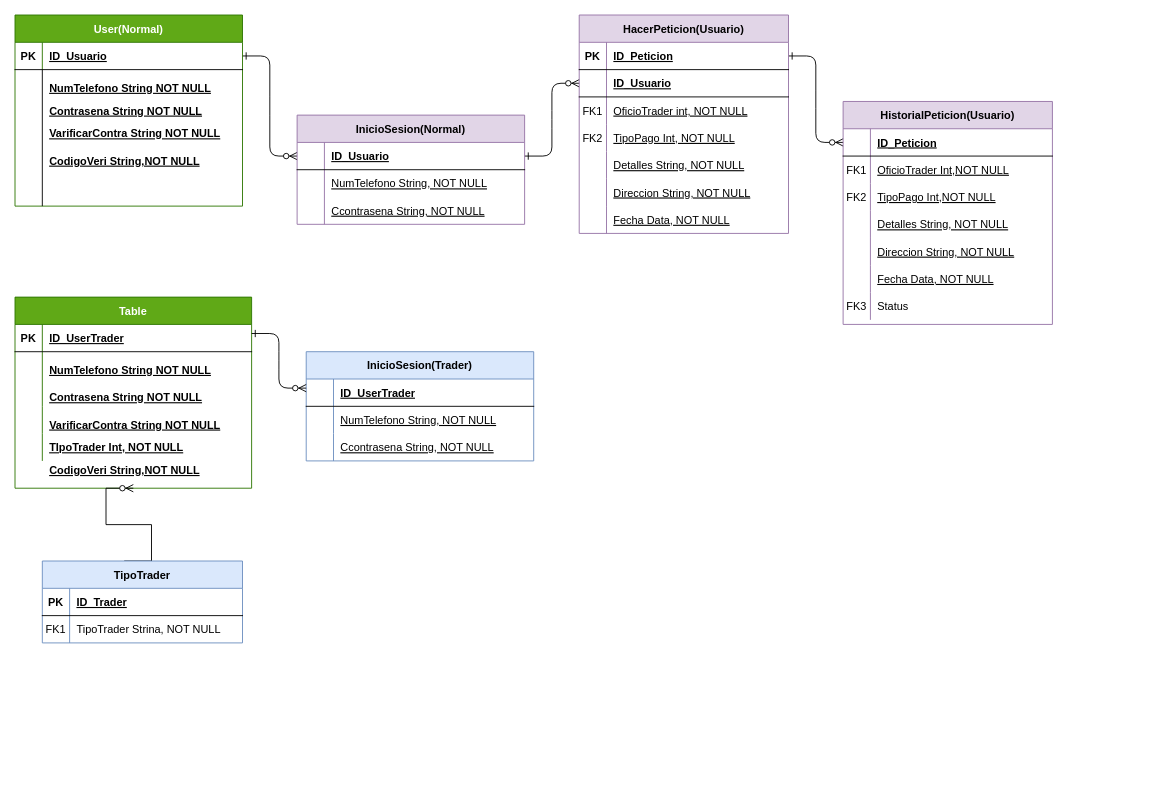
This is Project Traders/Diagrama sin título.drawio from 1LealSan1/Digrams, a draw.io file, before an edit. Source tidied: cells renumbered, new cells numbered last; positions are measured from the earlier drawing's top-left corner, leaving out a move shared by most shapes. Both pictures are drawn from the tidied source at 91%, with x=0, y=0 at pixel (15, 15).
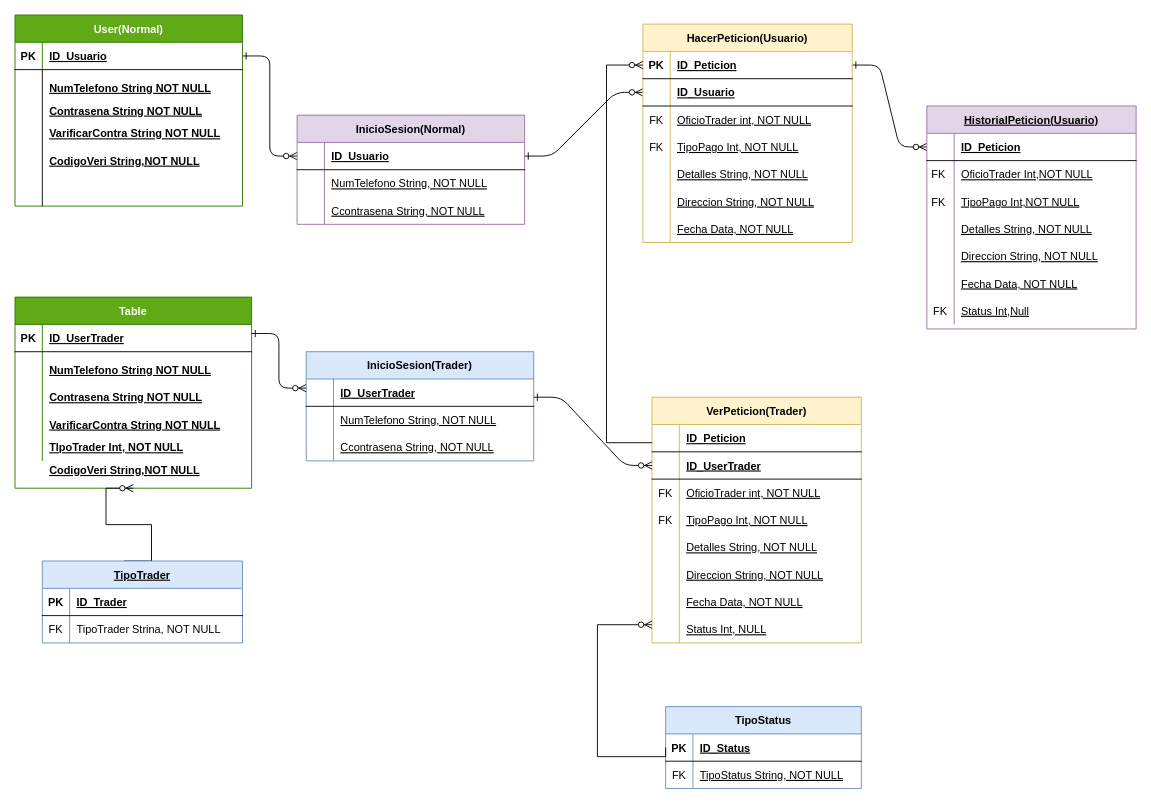
The same page after the edit.

Unchanged cells that the change refers to:
```xml
<mxCell id="32" style="shape=tableRow;horizontal=0;startSize=0;swimlaneHead=0;swimlaneBody=0;fillColor=none;top=0;left=0;right=0;bottom=0;" parent="25" vertex="1">
  <mxGeometry y="90" width="230" height="30" as="geometry" />
</mxCell>
<mxCell id="35" style="shape=tableRow;horizontal=0;startSize=0;swimlaneHead=0;swimlaneBody=0;fillColor=none;top=0;left=0;right=0;bottom=0;" parent="25" vertex="1">
  <mxGeometry y="120" width="230" height="30" as="geometry" />
</mxCell>
<mxCell id="66" style="shape=tableRow;horizontal=0;startSize=0;swimlaneHead=0;swimlaneBody=0;fillColor=none;top=0;left=0;right=0;bottom=0;" parent="47" vertex="1">
  <mxGeometry y="210" width="230" height="30" as="geometry" />
</mxCell>
<mxCell id="96" style="shape=tableRow;horizontal=0;startSize=0;swimlaneHead=0;swimlaneBody=0;fillColor=none;top=0;left=0;right=0;bottom=0;" parent="92" vertex="1">
  <mxGeometry y="60" width="220" height="30" as="geometry" />
</mxCell>
```

What changed in the source:
```diff
@@
     <mxCell id="24" style="shape=partialRectangle;overflow=hidden;fillColor=none;top=0;left=0;bottom=0;right=0;fontStyle=1;" parent="1" vertex="1">
-      <mxGeometry x="670" y="270" width="30" height="30" as="geometry" />
+      <mxGeometry x="730" y="280" width="30" height="30" as="geometry" />
     </mxCell>
-    <mxCell id="25" value="HacerPeticion(Usuario)" style="shape=table;startSize=30;childLayout=tableLayout;rowLines=0;fontStyle=1;align=center;fillColor=#e1d5e7;strokeColor=#9673a6;" parent="1" vertex="1">
-      <mxGeometry x="620" width="230" height="240" as="geometry" />
+    <mxCell id="25" value="HacerPeticion(Usuario)" style="shape=table;startSize=30;childLayout=tableLayout;rowLines=0;fontStyle=1;align=center;fillColor=#fff2cc;strokeColor=#d6b656;" parent="1" vertex="1">
+      <mxGeometry x="690" y="10" width="230" height="240" as="geometry" />
     </mxCell>
@@
-    <mxCell id="33" value="FK1" style="shape=partialRectangle;fillColor=none;top=0;left=0;bottom=0;right=0;fontStyle=0;overflow=hidden;" parent="32" vertex="1">
+    <mxCell id="33" value="FK" style="shape=partialRectangle;fillColor=none;top=0;left=0;bottom=0;right=0;fontStyle=0;overflow=hidden;" parent="32" vertex="1">
       <mxGeometry width="30" height="30" as="geometry" />
     </mxCell>
@@
-    <mxCell id="36" value="FK2" style="shape=partialRectangle;fillColor=none;top=0;left=0;bottom=0;right=0;fontStyle=0;overflow=hidden;" parent="35" vertex="1">
+    <mxCell id="36" value="FK" style="shape=partialRectangle;fillColor=none;top=0;left=0;bottom=0;right=0;fontStyle=0;overflow=hidden;" parent="35" vertex="1">
       <mxGeometry width="30" height="30" as="geometry" />
     </mxCell>
@@
-    <mxCell id="47" value="HistorialPeticion(Usuario)" style="shape=table;startSize=30;childLayout=tableLayout;rowLines=0;fontStyle=1;align=center;fillColor=#e1d5e7;strokeColor=#9673a6;" parent="1" vertex="1">
-      <mxGeometry x="910" y="95" width="230" height="245" as="geometry" />
+    <mxCell id="47" value="HistorialPeticion(Usuario)" style="shape=table;startSize=30;childLayout=tableLayout;rowLines=0;fontStyle=5;align=center;fillColor=#e1d5e7;strokeColor=#9673a6;" parent="1" vertex="1">
+      <mxGeometry x="1002" y="100" width="230" height="245" as="geometry" />
     </mxCell>
@@
-    <mxCell id="67" value="FK3" style="shape=partialRectangle;fillColor=none;top=0;left=0;bottom=0;right=0;overflow=hidden;" parent="66" vertex="1">
+    <mxCell id="67" value="FK" style="shape=partialRectangle;fillColor=none;top=0;left=0;bottom=0;right=0;overflow=hidden;" parent="66" vertex="1">
       <mxGeometry width="30" height="30" as="geometry" />
     </mxCell>
-    <mxCell id="68" value="Status" style="shape=partialRectangle;fillColor=none;top=0;left=0;bottom=0;right=0;align=left;spacingLeft=6;overflow=hidden;" parent="66" vertex="1">
+    <mxCell id="68" value="Status Int,Null" style="shape=partialRectangle;fillColor=none;top=0;left=0;bottom=0;right=0;align=left;spacingLeft=6;overflow=hidden;fontStyle=4;" parent="66" vertex="1">
       <mxGeometry x="30" width="200" height="30" as="geometry" />
     </mxCell>
-    <mxCell id="69" value="FK1" style="shape=partialRectangle;fillColor=none;top=0;left=0;bottom=0;right=0;fontStyle=0;overflow=hidden;" parent="1" vertex="1">
-      <mxGeometry x="910" y="155" width="30" height="30" as="geometry" />
+    <mxCell id="69" value="FK" style="shape=partialRectangle;fillColor=none;top=0;left=0;bottom=0;right=0;fontStyle=0;overflow=hidden;" parent="1" vertex="1">
+      <mxGeometry x="1000" y="160" width="30" height="30" as="geometry" />
     </mxCell>
-    <mxCell id="70" value="FK2" style="shape=partialRectangle;fillColor=none;top=0;left=0;bottom=0;right=0;fontStyle=0;overflow=hidden;" parent="1" vertex="1">
-      <mxGeometry x="910" y="185" width="30" height="30" as="geometry" />
+    <mxCell id="70" value="FK" style="shape=partialRectangle;fillColor=none;top=0;left=0;bottom=0;right=0;fontStyle=0;overflow=hidden;" parent="1" vertex="1">
+      <mxGeometry x="1000" y="190" width="30" height="30" as="geometry" />
     </mxCell>
@@
-    <mxCell id="92" value="TipoTrader" style="shape=table;startSize=30;childLayout=tableLayout;rowLines=0;fontStyle=1;align=center;fillColor=#dae8fc;strokeColor=#6c8ebf;" parent="1" vertex="1">
+    <mxCell id="92" value="TipoTrader" style="shape=table;startSize=30;childLayout=tableLayout;rowLines=0;fontStyle=5;align=center;fillColor=#dae8fc;strokeColor=#6c8ebf;" parent="1" vertex="1">
       <mxGeometry x="30" y="600" width="220" height="90" as="geometry" />
     </mxCell>
@@
-    <mxCell id="97" value="FK1" style="shape=partialRectangle;fillColor=none;top=0;left=0;bottom=0;right=0;overflow=hidden;" parent="96" vertex="1">
+    <mxCell id="97" value="FK" style="shape=partialRectangle;fillColor=none;top=0;left=0;bottom=0;right=0;overflow=hidden;" parent="96" vertex="1">
       <mxGeometry width="30" height="30" as="geometry" />
     </mxCell>
@@
+    <mxCell id="110" value="VerPeticion(Trader)" style="shape=table;startSize=30;childLayout=tableLayout;rowLines=0;fontStyle=1;align=center;fillColor=#fff2cc;strokeColor=#d6b656;" parent="1" vertex="1">
+      <mxGeometry x="700" y="420" width="230" height="270" as="geometry" />
+    </mxCell>
+    <mxCell id="111" style="shape=tableRow;horizontal=0;startSize=0;swimlaneHead=0;swimlaneBody=0;fillColor=none;top=0;left=0;right=0;bottom=1;" parent="110" vertex="1">
+      <mxGeometry y="30" width="230" height="30" as="geometry" />
+    </mxCell>
+    <mxCell id="112" style="shape=partialRectangle;fillColor=none;top=0;left=0;bottom=0;right=0;fontStyle=1;overflow=hidden;" parent="111" vertex="1">
+      <mxGeometry width="30" height="30" as="geometry" />
+    </mxCell>
+    <mxCell id="113" value="ID_Peticion" style="shape=partialRectangle;fillColor=none;top=0;left=0;bottom=0;right=0;align=left;spacingLeft=6;fontStyle=5;overflow=hidden;" parent="111" vertex="1">
+      <mxGeometry x="30" width="200" height="30" as="geometry" />
+    </mxCell>
+    <mxCell id="114" style="shape=tableRow;horizontal=0;startSize=0;swimlaneHead=0;swimlaneBody=0;fillColor=none;points=[[0,0.5],[1,0.5]];portConstraint=eastwest;top=0;left=0;right=0;bottom=1;" parent="110" vertex="1">
+      <mxGeometry y="60" width="230" height="30" as="geometry" />
+    </mxCell>
+    <mxCell id="115" style="shape=partialRectangle;fillColor=none;top=0;left=0;bottom=0;right=0;fontStyle=1;overflow=hidden;" parent="114" vertex="1">
+      <mxGeometry width="30" height="30" as="geometry" />
+    </mxCell>
+    <mxCell id="116" value="ID_UserTrader" style="shape=partialRectangle;fillColor=none;top=0;left=0;bottom=0;right=0;align=left;spacingLeft=6;fontStyle=5;overflow=hidden;" parent="114" vertex="1">
+      <mxGeometry x="30" width="200" height="30" as="geometry" />
+    </mxCell>
+    <mxCell id="117" style="shape=tableRow;horizontal=0;startSize=0;swimlaneHead=0;swimlaneBody=0;fillColor=none;top=0;left=0;right=0;bottom=0;" parent="110" vertex="1">
+      <mxGeometry y="90" width="230" height="30" as="geometry" />
+    </mxCell>
+    <mxCell id="118" value="FK" style="shape=partialRectangle;fillColor=none;top=0;left=0;bottom=0;right=0;fontStyle=0;overflow=hidden;" parent="117" vertex="1">
+      <mxGeometry width="30" height="30" as="geometry" />
+    </mxCell>
+    <mxCell id="119" value="OficioTrader int, NOT NULL" style="shape=partialRectangle;fillColor=none;top=0;left=0;bottom=0;right=0;align=left;spacingLeft=6;fontStyle=4;overflow=hidden;" parent="117" vertex="1">
+      <mxGeometry x="30" width="200" height="30" as="geometry" />
+    </mxCell>
+    <mxCell id="120" style="shape=tableRow;horizontal=0;startSize=0;swimlaneHead=0;swimlaneBody=0;fillColor=none;top=0;left=0;right=0;bottom=0;" parent="110" vertex="1">
+      <mxGeometry y="120" width="230" height="30" as="geometry" />
+    </mxCell>
+    <mxCell id="121" value="FK" style="shape=partialRectangle;fillColor=none;top=0;left=0;bottom=0;right=0;fontStyle=0;overflow=hidden;" parent="120" vertex="1">
+      <mxGeometry width="30" height="30" as="geometry" />
+    </mxCell>
+    <mxCell id="122" value="TipoPago Int, NOT NULL" style="shape=partialRectangle;fillColor=none;top=0;left=0;bottom=0;right=0;align=left;spacingLeft=6;fontStyle=4;overflow=hidden;" parent="120" vertex="1">
+      <mxGeometry x="30" width="200" height="30" as="geometry" />
+    </mxCell>
+    <mxCell id="123" style="shape=tableRow;horizontal=0;startSize=0;swimlaneHead=0;swimlaneBody=0;fillColor=none;top=0;left=0;right=0;bottom=0;" parent="110" vertex="1">
+      <mxGeometry y="150" width="230" height="30" as="geometry" />
+    </mxCell>
+    <mxCell id="124" style="shape=partialRectangle;fillColor=none;top=0;left=0;bottom=0;right=0;overflow=hidden;" parent="123" vertex="1">
+      <mxGeometry width="30" height="30" as="geometry" />
+    </mxCell>
+    <mxCell id="125" value="Detalles String, NOT NULL" style="shape=partialRectangle;fillColor=none;top=0;left=0;bottom=0;right=0;align=left;spacingLeft=6;overflow=hidden;fontStyle=4;" parent="123" vertex="1">
+      <mxGeometry x="30" width="200" height="30" as="geometry" />
+    </mxCell>
+    <mxCell id="126" style="shape=tableRow;horizontal=0;startSize=0;swimlaneHead=0;swimlaneBody=0;fillColor=none;top=0;left=0;right=0;bottom=0;" parent="110" vertex="1">
+      <mxGeometry y="180" width="230" height="30" as="geometry" />
+    </mxCell>
+    <mxCell id="127" style="shape=partialRectangle;fillColor=none;top=0;left=0;bottom=0;right=0;overflow=hidden;" parent="126" vertex="1">
+      <mxGeometry width="30" height="30" as="geometry" />
+    </mxCell>
+    <mxCell id="128" value="Direccion String, NOT NULL" style="shape=partialRectangle;fillColor=none;top=0;left=0;bottom=0;right=0;align=left;spacingLeft=6;overflow=hidden;fontStyle=4;" parent="126" vertex="1">
+      <mxGeometry x="30" width="200" height="30" as="geometry" />
+    </mxCell>
+    <mxCell id="129" style="shape=tableRow;horizontal=0;startSize=0;swimlaneHead=0;swimlaneBody=0;fillColor=none;top=0;left=0;right=0;bottom=0;" parent="110" vertex="1">
+      <mxGeometry y="210" width="230" height="30" as="geometry" />
+    </mxCell>
+    <mxCell id="130" style="shape=partialRectangle;fillColor=none;top=0;left=0;bottom=0;right=0;overflow=hidden;" parent="129" vertex="1">
+      <mxGeometry width="30" height="30" as="geometry" />
+    </mxCell>
+    <mxCell id="131" value="Fecha Data, NOT NULL" style="shape=partialRectangle;fillColor=none;top=0;left=0;bottom=0;right=0;align=left;spacingLeft=6;overflow=hidden;fontStyle=4;" parent="129" vertex="1">
+      <mxGeometry x="30" width="200" height="30" as="geometry" />
+    </mxCell>
+    <mxCell id="132" style="shape=tableRow;horizontal=0;startSize=0;swimlaneHead=0;swimlaneBody=0;fillColor=none;top=0;left=0;right=0;bottom=0;" parent="110" vertex="1">
+      <mxGeometry y="240" width="230" height="30" as="geometry" />
+    </mxCell>
+    <mxCell id="133" style="shape=partialRectangle;fillColor=none;top=0;left=0;bottom=0;right=0;overflow=hidden;" parent="132" vertex="1">
+      <mxGeometry width="30" height="30" as="geometry" />
+    </mxCell>
+    <mxCell id="134" value="Status Int, NULL" style="shape=partialRectangle;fillColor=none;top=0;left=0;bottom=0;right=0;align=left;spacingLeft=6;overflow=hidden;fontStyle=4;" parent="132" vertex="1">
+      <mxGeometry x="30" width="200" height="30" as="geometry" />
+    </mxCell>
+    <mxCell id="135" style="edgeStyle=entityRelationEdgeStyle;endArrow=ERzeroToMany;startArrow=ERone;endFill=1;startFill=0;entryX=0;entryY=0.5;entryDx=0;entryDy=0;" parent="1" edge="1" target="114">
+      <mxGeometry relative="1" as="geometry">
+        <mxPoint x="570" y="420" as="sourcePoint" />
+      </mxGeometry>
+    </mxCell>
+    <mxCell id="136" style="edgeStyle=orthogonalEdgeStyle;fontSize=12;html=1;endArrow=ERzeroToMany;endFill=1;rounded=0;" parent="1" edge="1">
+      <mxGeometry relative="1" as="geometry">
+        <mxPoint x="700" y="470" as="sourcePoint" />
+        <mxPoint x="690" y="55" as="targetPoint" />
+        <Array as="points">
+          <mxPoint x="650" y="470" />
+          <mxPoint x="650" y="55" />
+        </Array>
+      </mxGeometry>
+    </mxCell>
+    <mxCell id="137" value="TipoStatus" style="shape=table;startSize=30;childLayout=tableLayout;rowLines=0;fontStyle=1;align=center;fillColor=#dae8fc;strokeColor=#6c8ebf;" parent="1" vertex="1">
+      <mxGeometry x="715" y="760" width="215" height="90" as="geometry" />
+    </mxCell>
+    <mxCell id="138" style="shape=tableRow;horizontal=0;startSize=0;swimlaneHead=0;swimlaneBody=0;fillColor=none;points=[[0,0.5],[1,0.5]];portConstraint=eastwest;top=0;left=0;right=0;bottom=1;" parent="137" vertex="1">
+      <mxGeometry y="30" width="215" height="30" as="geometry" />
+    </mxCell>
+    <mxCell id="139" value="PK" style="shape=partialRectangle;fillColor=none;top=0;left=0;bottom=0;right=0;fontStyle=1;overflow=hidden;" parent="138" vertex="1">
+      <mxGeometry width="30" height="30" as="geometry" />
+    </mxCell>
+    <mxCell id="140" value="ID_Status" style="shape=partialRectangle;fillColor=none;top=0;left=0;bottom=0;right=0;align=left;spacingLeft=6;fontStyle=5;overflow=hidden;" parent="138" vertex="1">
+      <mxGeometry x="30" width="185" height="30" as="geometry" />
+    </mxCell>
+    <mxCell id="141" style="shape=tableRow;horizontal=0;startSize=0;swimlaneHead=0;swimlaneBody=0;fillColor=none;top=0;left=0;right=0;bottom=0;" parent="137" vertex="1">
+      <mxGeometry y="60" width="215" height="30" as="geometry" />
+    </mxCell>
+    <mxCell id="142" value="FK" style="shape=partialRectangle;fillColor=none;top=0;left=0;bottom=0;right=0;overflow=hidden;" parent="141" vertex="1">
+      <mxGeometry width="30" height="30" as="geometry" />
+    </mxCell>
+    <mxCell id="143" value="TipoStatus String, NOT NULL" style="shape=partialRectangle;fillColor=none;top=0;left=0;bottom=0;right=0;align=left;spacingLeft=6;overflow=hidden;fontStyle=4;" parent="141" vertex="1">
+      <mxGeometry x="30" width="185" height="30" as="geometry" />
+    </mxCell>
+    <mxCell id="144" style="edgeStyle=orthogonalEdgeStyle;fontSize=12;html=1;endArrow=ERzeroToMany;endFill=1;rounded=0;exitX=0;exitY=0.5;exitDx=0;exitDy=0;" parent="1" edge="1" source="138">
+      <mxGeometry relative="1" as="geometry">
+        <mxPoint x="700" y="670" as="targetPoint" />
+        <Array as="points">
+          <mxPoint x="640" y="815" />
+          <mxPoint x="640" y="670" />
+        </Array>
+      </mxGeometry>
+    </mxCell>
```
